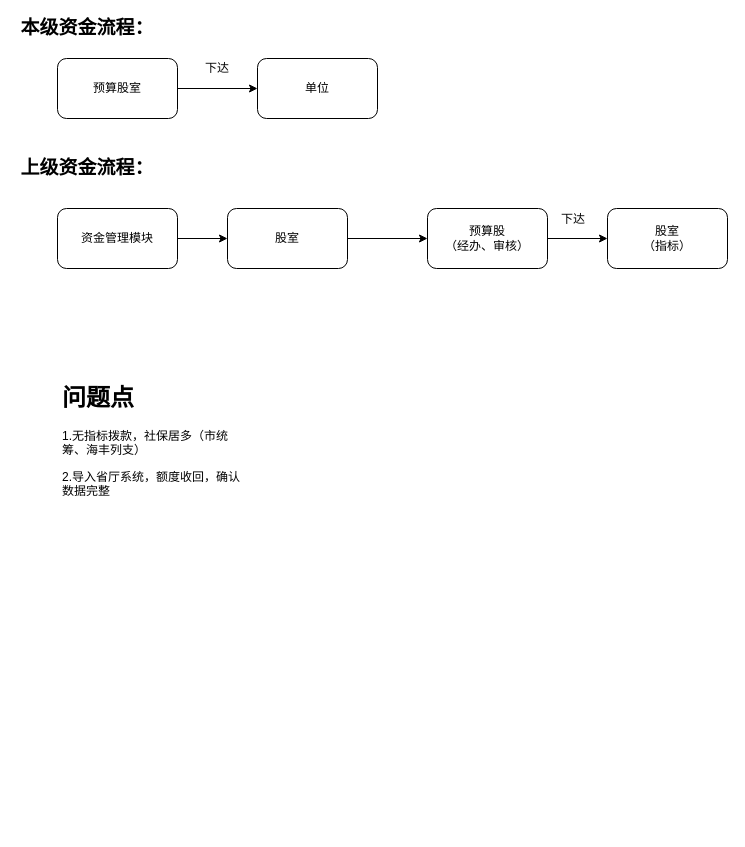
Earlier version of the draw.io diagram page "预算股" (2 of 2) of 国库股.drawio (fishmc/2048). Source tidied: cells renumbered, new cells numbered last; positions are measured from the earlier drawing's top-left corner, leaving out a move shared by most shapes. Both pictures are drawn from the tidied source at 100%, with x=0, y=0 at pixel (17, 18).
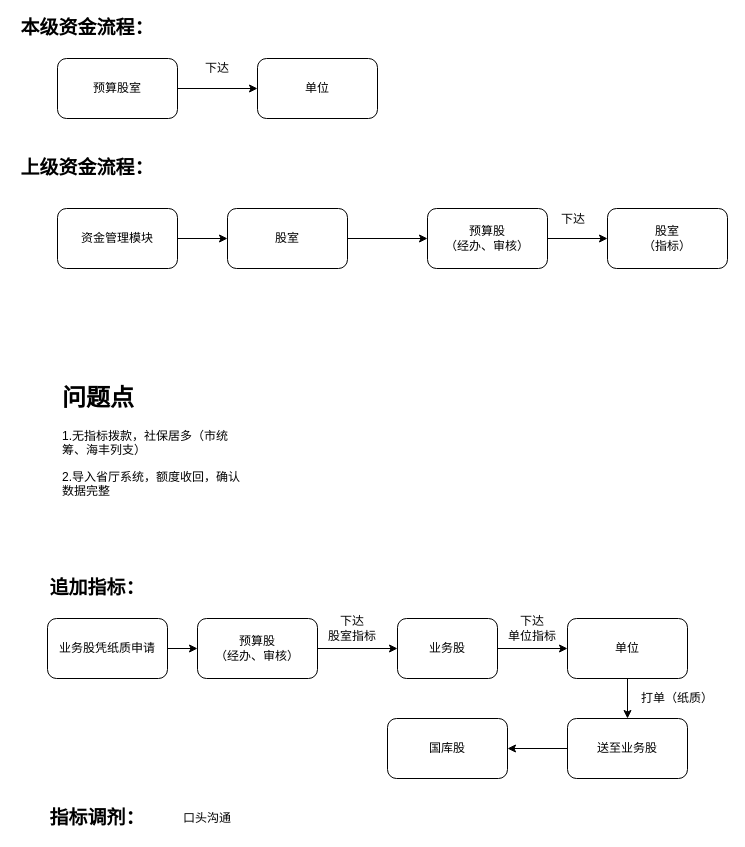
The same page after the edit.

What changed in the source:
```diff
@@
+    <mxCell id="17" style="edgeStyle=orthogonalEdgeStyle;rounded=0;jettySize=auto;html=1;" parent="1" edge="1" source="18" target="20">
+      <mxGeometry relative="1" as="geometry" />
+    </mxCell>
+    <mxCell id="18" value="业务股凭纸质申请" style="rounded=1;whiteSpace=wrap;html=1;" parent="1" vertex="1">
+      <mxGeometry x="30" y="600" width="120" height="60" as="geometry" />
+    </mxCell>
+    <mxCell id="19" style="edgeStyle=orthogonalEdgeStyle;rounded=0;jettySize=auto;html=1;" parent="1" edge="1" source="20" target="22">
+      <mxGeometry relative="1" as="geometry" />
+    </mxCell>
+    <mxCell id="20" value="预算股&lt;br&gt;（经办、审核）" style="whiteSpace=wrap;html=1;rounded=1;" parent="1" vertex="1">
+      <mxGeometry x="180" y="600" width="120" height="60" as="geometry" />
+    </mxCell>
+    <mxCell id="21" style="edgeStyle=orthogonalEdgeStyle;rounded=0;jettySize=auto;html=1;" parent="1" edge="1" source="22" target="25">
+      <mxGeometry relative="1" as="geometry" />
+    </mxCell>
+    <mxCell id="22" value="业务股" style="whiteSpace=wrap;html=1;rounded=1;" parent="1" vertex="1">
+      <mxGeometry x="380" y="600" width="100" height="60" as="geometry" />
+    </mxCell>
+    <mxCell id="23" value="下达&lt;br&gt;股室指标" style="text;html=1;strokeColor=none;fillColor=none;align=center;verticalAlign=middle;whiteSpace=wrap;rounded=0;" parent="1" vertex="1">
+      <mxGeometry x="310" y="600" width="50" height="20" as="geometry" />
+    </mxCell>
+    <mxCell id="24" style="edgeStyle=orthogonalEdgeStyle;rounded=0;jettySize=auto;html=1;" parent="1" edge="1" source="25" target="31">
+      <mxGeometry relative="1" as="geometry" />
+    </mxCell>
+    <mxCell id="25" value="单位" style="whiteSpace=wrap;html=1;rounded=1;" parent="1" vertex="1">
+      <mxGeometry x="550" y="600" width="120" height="60" as="geometry" />
+    </mxCell>
+    <mxCell id="26" value="下达&lt;br&gt;单位指标" style="text;html=1;strokeColor=none;fillColor=none;align=center;verticalAlign=middle;whiteSpace=wrap;rounded=0;" parent="1" vertex="1">
+      <mxGeometry x="490" y="600" width="50" height="20" as="geometry" />
+    </mxCell>
+    <mxCell id="27" value="&lt;b&gt;&lt;font style=&quot;font-size: 19px&quot;&gt;追加指标：&lt;/font&gt;&lt;/b&gt;" style="text;html=1;strokeColor=none;fillColor=none;align=center;verticalAlign=middle;whiteSpace=wrap;rounded=0;" parent="1" vertex="1">
+      <mxGeometry x="10" y="560" width="140" height="20" as="geometry" />
+    </mxCell>
+    <mxCell id="28" value="&lt;span style=&quot;font-size: 19px&quot;&gt;&lt;b&gt;指标调剂：&lt;/b&gt;&lt;/span&gt;" style="text;html=1;strokeColor=none;fillColor=none;align=center;verticalAlign=middle;whiteSpace=wrap;rounded=0;" parent="1" vertex="1">
+      <mxGeometry x="10" y="790" width="140" height="20" as="geometry" />
+    </mxCell>
+    <mxCell id="29" value="口头沟通" style="text;html=1;strokeColor=none;fillColor=none;align=center;verticalAlign=middle;whiteSpace=wrap;rounded=0;" parent="1" vertex="1">
+      <mxGeometry x="140" y="790" width="100" height="20" as="geometry" />
+    </mxCell>
+    <mxCell id="30" style="edgeStyle=orthogonalEdgeStyle;rounded=0;jettySize=auto;html=1;" parent="1" edge="1" source="31" target="33">
+      <mxGeometry relative="1" as="geometry" />
+    </mxCell>
+    <mxCell id="31" value="送至业务股" style="whiteSpace=wrap;html=1;rounded=1;" parent="1" vertex="1">
+      <mxGeometry x="550" y="700" width="120" height="60" as="geometry" />
+    </mxCell>
+    <mxCell id="32" value="打单（纸质）" style="text;html=1;strokeColor=none;fillColor=none;align=center;verticalAlign=middle;whiteSpace=wrap;rounded=0;" parent="1" vertex="1">
+      <mxGeometry x="620" y="670" width="80" height="20" as="geometry" />
+    </mxCell>
+    <mxCell id="33" value="国库股" style="whiteSpace=wrap;html=1;rounded=1;" parent="1" vertex="1">
+      <mxGeometry x="370" y="700" width="120" height="60" as="geometry" />
+    </mxCell>
```
